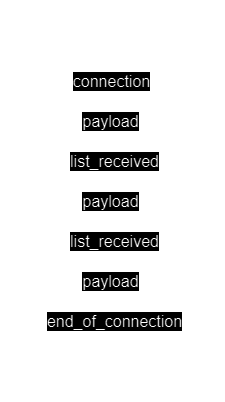
Above: assets/TCP_protocol.drawio.png in fabricechapuis/dai-lab-udp (draw.io), before the change. Source tidied: cells renumbered, new cells last; positions are measured from the earlier drawing's top-left corner, leaving out a move shared by most shapes.
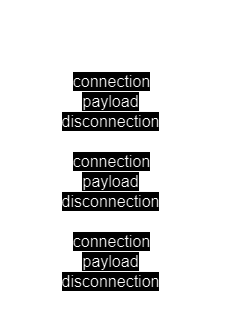
Above is the later version.

Diff of the diagram source:
```diff
@@ -4,13 +4,13 @@
     <mxCell id="1" parent="0" />
     <mxCell id="2" style="endArrow=none;html=1;rounded=0;fontSize=12;startSize=8;endSize=8;curved=1;entryX=0.507;entryY=1.355;entryDx=0;entryDy=0;entryPerimeter=0;" parent="1" edge="1">
       <mxGeometry relative="1" as="geometry">
-        <mxPoint x="30" y="400" as="sourcePoint" />
+        <mxPoint x="29" y="320" as="sourcePoint" />
         <mxPoint x="29" y="39" as="targetPoint" />
       </mxGeometry>
     </mxCell>
     <mxCell id="3" style="endArrow=none;html=1;rounded=0;fontSize=12;startSize=8;endSize=8;curved=1;" parent="1" edge="1">
       <mxGeometry relative="1" as="geometry">
-        <mxPoint x="189" y="400" as="sourcePoint" />
+        <mxPoint x="190" y="320" as="sourcePoint" />
         <mxPoint x="189" y="40" as="targetPoint" />
       </mxGeometry>
     </mxCell>
@@ -33,57 +33,79 @@
     </mxCell>
     <mxCell id="8" style="endArrow=classic;html=1;rounded=0;fontSize=12;startSize=8;endSize=8;curved=1;" parent="1" edge="1">
       <mxGeometry relative="1" as="geometry">
-        <mxPoint x="190" y="120" as="sourcePoint" />
-        <mxPoint x="30" y="120" as="targetPoint" />
+        <mxPoint x="190" y="100" as="sourcePoint" />
+        <mxPoint x="30" y="100" as="targetPoint" />
       </mxGeometry>
     </mxCell>
     <mxCell id="9" value="payload" style="edgeLabel;html=1;align=center;verticalAlign=middle;fontSize=16;" parent="8" vertex="1">
       <mxGeometry x="0.01" relative="1" as="geometry" />
     </mxCell>
-    <mxCell id="10" style="endArrow=classic;html=1;rounded=0;fontSize=12;startSize=8;endSize=8;curved=1;" parent="1" edge="1">
-      <mxGeometry relative="1" as="geometry">
-        <mxPoint x="30" y="160" as="sourcePoint" />
-        <mxPoint x="190" y="160" as="targetPoint" />
-      </mxGeometry>
-    </mxCell>
-    <mxCell id="11" value="list_received" style="edgeLabel;html=1;align=center;verticalAlign=middle;fontSize=16;" parent="10" vertex="1">
-      <mxGeometry x="0.04" relative="1" as="geometry" />
-    </mxCell>
-    <mxCell id="12" style="endArrow=classic;html=1;rounded=0;fontSize=12;startSize=8;endSize=8;curved=1;" parent="1" edge="1">
-      <mxGeometry relative="1" as="geometry">
-        <mxPoint x="30" y="240" as="sourcePoint" />
-        <mxPoint x="190" y="240" as="targetPoint" />
-      </mxGeometry>
-    </mxCell>
-    <mxCell id="13" value="list_received" style="edgeLabel;html=1;align=center;verticalAlign=middle;fontSize=16;" parent="12" vertex="1">
-      <mxGeometry x="0.04" relative="1" as="geometry" />
-    </mxCell>
-    <mxCell id="14" style="endArrow=classic;html=1;rounded=0;fontSize=12;startSize=8;endSize=8;curved=1;" parent="1" edge="1">
-      <mxGeometry relative="1" as="geometry">
-        <mxPoint x="30" y="320" as="sourcePoint" />
-        <mxPoint x="190" y="320" as="targetPoint" />
-      </mxGeometry>
-    </mxCell>
-    <mxCell id="15" value="end_of_connection" style="edgeLabel;html=1;align=center;verticalAlign=middle;fontSize=16;" parent="14" vertex="1">
-      <mxGeometry x="0.04" relative="1" as="geometry" />
-    </mxCell>
-    <mxCell id="16" style="endArrow=classic;html=1;rounded=0;fontSize=12;startSize=8;endSize=8;curved=1;" parent="1" edge="1">
-      <mxGeometry relative="1" as="geometry">
-        <mxPoint x="190" y="200" as="sourcePoint" />
-        <mxPoint x="30" y="200" as="targetPoint" />
-      </mxGeometry>
-    </mxCell>
-    <mxCell id="17" value="payload" style="edgeLabel;html=1;align=center;verticalAlign=middle;fontSize=16;" parent="16" vertex="1">
-      <mxGeometry x="0.01" relative="1" as="geometry" />
-    </mxCell>
-    <mxCell id="18" style="endArrow=classic;html=1;rounded=0;fontSize=12;startSize=8;endSize=8;curved=1;" parent="1" edge="1">
-      <mxGeometry relative="1" as="geometry">
-        <mxPoint x="190" y="280" as="sourcePoint" />
-        <mxPoint x="30" y="280" as="targetPoint" />
-      </mxGeometry>
-    </mxCell>
-    <mxCell id="19" value="payload" style="edgeLabel;html=1;align=center;verticalAlign=middle;fontSize=16;" parent="18" vertex="1">
-      <mxGeometry x="0.01" relative="1" as="geometry" />
-    </mxCell>
+    <mxCell id="20" style="endArrow=classic;html=1;rounded=0;fontSize=12;startSize=8;endSize=8;curved=1;" parent="1" edge="1">
+      <mxGeometry relative="1" as="geometry">
+        <mxPoint x="190" y="120" as="sourcePoint" />
+        <mxPoint x="30" y="120" as="targetPoint" />
+      </mxGeometry>
+    </mxCell>
+    <mxCell id="21" value="disconnection" style="edgeLabel;html=1;align=center;verticalAlign=middle;fontSize=16;" parent="20" vertex="1">
+      <mxGeometry x="0.01" relative="1" as="geometry" />
+    </mxCell>
+    <mxCell id="22" style="endArrow=classic;html=1;rounded=0;fontSize=12;startSize=8;endSize=8;curved=1;" parent="1" edge="1">
+      <mxGeometry relative="1" as="geometry">
+        <mxPoint x="30" y="160" as="sourcePoint" />
+        <mxPoint x="190" y="160" as="targetPoint" />
+      </mxGeometry>
+    </mxCell>
+    <mxCell id="23" value="connection" style="edgeLabel;html=1;align=center;verticalAlign=middle;fontSize=16;" parent="22" vertex="1">
+      <mxGeometry x="-0.41" relative="1" as="geometry">
+        <mxPoint x="33" as="offset" />
+      </mxGeometry>
+    </mxCell>
+    <mxCell id="24" style="endArrow=classic;html=1;rounded=0;fontSize=12;startSize=8;endSize=8;curved=1;" parent="1" edge="1">
+      <mxGeometry relative="1" as="geometry">
+        <mxPoint x="190" y="180" as="sourcePoint" />
+        <mxPoint x="30" y="180" as="targetPoint" />
+      </mxGeometry>
+    </mxCell>
+    <mxCell id="25" value="payload" style="edgeLabel;html=1;align=center;verticalAlign=middle;fontSize=16;" parent="24" vertex="1">
+      <mxGeometry x="0.01" relative="1" as="geometry" />
+    </mxCell>
+    <mxCell id="26" style="endArrow=classic;html=1;rounded=0;fontSize=12;startSize=8;endSize=8;curved=1;" parent="1" edge="1">
+      <mxGeometry relative="1" as="geometry">
+        <mxPoint x="190" y="200" as="sourcePoint" />
+        <mxPoint x="30" y="200" as="targetPoint" />
+      </mxGeometry>
+    </mxCell>
+    <mxCell id="27" value="disconnection" style="edgeLabel;html=1;align=center;verticalAlign=middle;fontSize=16;" parent="26" vertex="1">
+      <mxGeometry x="0.01" relative="1" as="geometry" />
+    </mxCell>
+    <mxCell id="28" style="endArrow=classic;html=1;rounded=0;fontSize=12;startSize=8;endSize=8;curved=1;" parent="1" edge="1">
+      <mxGeometry relative="1" as="geometry">
+        <mxPoint x="30" y="240" as="sourcePoint" />
+        <mxPoint x="190" y="240" as="targetPoint" />
+      </mxGeometry>
+    </mxCell>
+    <mxCell id="29" value="connection" style="edgeLabel;html=1;align=center;verticalAlign=middle;fontSize=16;" parent="28" vertex="1">
+      <mxGeometry x="-0.41" relative="1" as="geometry">
+        <mxPoint x="33" as="offset" />
+      </mxGeometry>
+    </mxCell>
+    <mxCell id="30" style="endArrow=classic;html=1;rounded=0;fontSize=12;startSize=8;endSize=8;curved=1;" parent="1" edge="1">
+      <mxGeometry relative="1" as="geometry">
+        <mxPoint x="190" y="260" as="sourcePoint" />
+        <mxPoint x="30" y="260" as="targetPoint" />
+      </mxGeometry>
+    </mxCell>
+    <mxCell id="31" value="payload" style="edgeLabel;html=1;align=center;verticalAlign=middle;fontSize=16;" parent="30" vertex="1">
+      <mxGeometry x="0.01" relative="1" as="geometry" />
+    </mxCell>
+    <mxCell id="32" style="endArrow=classic;html=1;rounded=0;fontSize=12;startSize=8;endSize=8;curved=1;" parent="1" edge="1">
+      <mxGeometry relative="1" as="geometry">
+        <mxPoint x="190" y="280" as="sourcePoint" />
+        <mxPoint x="30" y="280" as="targetPoint" />
+      </mxGeometry>
+    </mxCell>
+    <mxCell id="33" value="disconnection" style="edgeLabel;html=1;align=center;verticalAlign=middle;fontSize=16;" parent="32" vertex="1">
+      <mxGeometry x="0.01" relative="1" as="geometry" />
+    </mxCell>
   </root>
 </mxGraphModel>
```
